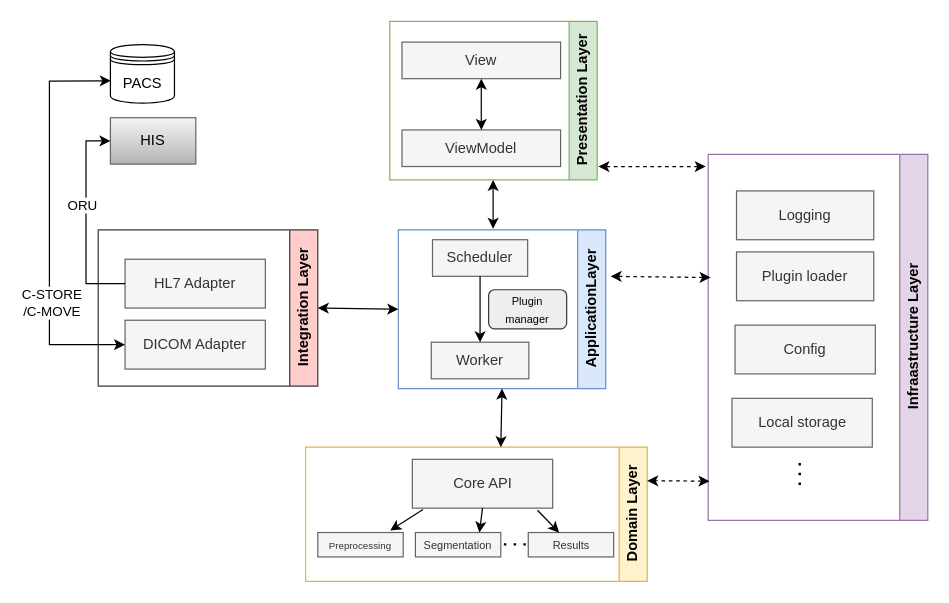
The draw.io diagram arch.drawio in crisMCh/Diagrams, before the edit. Source tidied: cells renumbered, new cells numbered last; positions are measured from the earlier drawing's top-left corner, leaving out a move shared by most shapes. Both pictures are drawn from the tidied source at 122%, with x=0, y=0 at pixel (49, 21).
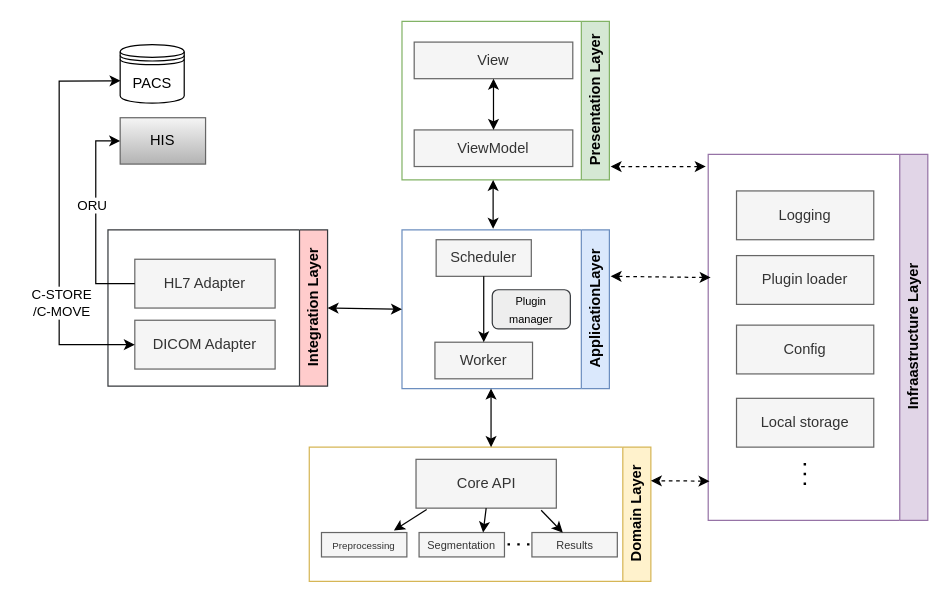
Above is the later version.

The change refers to these unchanged cells:
```xml
<mxCell id="21" value="HL7 Adapter" style="rounded=0;whiteSpace=wrap;html=1;fillColor=#f5f5f5;strokeColor=#666666;fontColor=#333333;" parent="20" vertex="1">
  <mxGeometry x="22" y="24" width="115" height="40" as="geometry" />
</mxCell>
<mxCell id="22" value="DICOM Adapter" style="rounded=0;whiteSpace=wrap;html=1;fillColor=#f5f5f5;strokeColor=#666666;fontColor=#333333;" parent="20" vertex="1">
  <mxGeometry x="22" y="74" width="115" height="40" as="geometry" />
</mxCell>
<mxCell id="23" value="Infraastructure Layer" style="swimlane;horizontal=0;whiteSpace=wrap;html=1;direction=west;fillColor=#e1d5e7;strokeColor=#9673a6;" parent="1" vertex="1">
  <mxGeometry x="540" y="109" width="180" height="300" as="geometry" />
</mxCell>
```

The edit, as a diff of the source:
```diff
@@
     <mxCell id="2" value="ApplicationLayer" style="swimlane;horizontal=0;whiteSpace=wrap;html=1;direction=west;fillColor=#dae8fc;strokeColor=#6c8ebf;" parent="1" vertex="1">
-      <mxGeometry x="286" y="171" width="170" height="130" as="geometry" />
+      <mxGeometry x="289" y="171" width="170" height="130" as="geometry" />
     </mxCell>
@@
     <mxCell id="7" value="Presentation Layer" style="swimlane;horizontal=0;whiteSpace=wrap;html=1;direction=west;fillColor=#d5e8d4;strokeColor=#82b366;" parent="1" vertex="1">
-      <mxGeometry x="279" width="170" height="130" as="geometry" />
+      <mxGeometry x="289" width="170" height="130" as="geometry" />
     </mxCell>
@@
     <mxCell id="11" value="Domain Layer" style="swimlane;horizontal=0;whiteSpace=wrap;html=1;direction=west;fillColor=#fff2cc;strokeColor=#d6b656;" parent="1" vertex="1">
-      <mxGeometry x="210" y="349" width="280" height="110" as="geometry" />
+      <mxGeometry x="213" y="349" width="280" height="110" as="geometry" />
     </mxCell>
@@
     <mxCell id="20" value="Integration Layer" style="swimlane;horizontal=0;whiteSpace=wrap;html=1;direction=west;fillColor=#ffcccc;strokeColor=#36393d;" parent="1" vertex="1">
-      <mxGeometry x="40" y="171" width="180" height="128" as="geometry" />
+      <mxGeometry x="48" y="171" width="180" height="128" as="geometry" />
     </mxCell>
@@
+    <mxCell id="27" style="endArrow=none;dashed=1;html=1;dashPattern=1 3;strokeWidth=2;rounded=0;" parent="23" edge="1">
+      <mxGeometry relative="1" as="geometry">
+        <mxPoint x="79.2" y="253" as="sourcePoint" />
+        <mxPoint x="79.2" y="271" as="targetPoint" />
+      </mxGeometry>
+    </mxCell>
+    <mxCell id="28" value="Plugin loader" style="rounded=0;whiteSpace=wrap;html=1;fillColor=#f5f5f5;strokeColor=#666666;fontColor=#333333;" parent="23" vertex="1">
+      <mxGeometry x="23.2" y="83" width="112.5" height="40" as="geometry" />
+    </mxCell>
     <mxCell id="25" value="Config" style="rounded=0;whiteSpace=wrap;html=1;fillColor=#f5f5f5;strokeColor=#666666;fontColor=#333333;" parent="23" vertex="1">
-      <mxGeometry x="22" y="140" width="115" height="40" as="geometry" />
+      <mxGeometry x="23.2" y="140" width="112.5" height="40" as="geometry" />
     </mxCell>
     <mxCell id="26" value="Local storage" style="rounded=0;whiteSpace=wrap;html=1;fillColor=#f5f5f5;strokeColor=#666666;fontColor=#333333;" parent="23" vertex="1">
-      <mxGeometry x="19.5" y="200" width="115" height="40" as="geometry" />
+      <mxGeometry x="23.2" y="200" width="112.5" height="40" as="geometry" />
     </mxCell>
-    <mxCell id="27" style="endArrow=none;dashed=1;html=1;dashPattern=1 3;strokeWidth=2;rounded=0;" parent="23" edge="1">
-      <mxGeometry relative="1" as="geometry">
-        <mxPoint x="75" y="253" as="sourcePoint" />
-        <mxPoint x="75" y="271" as="targetPoint" />
-      </mxGeometry>
-    </mxCell>
-    <mxCell id="28" value="Plugin loader" style="rounded=0;whiteSpace=wrap;html=1;fillColor=#f5f5f5;strokeColor=#666666;fontColor=#333333;" parent="23" vertex="1">
-      <mxGeometry x="23.2" y="80" width="112.5" height="40" as="geometry" />
-    </mxCell>
@@
-    <mxCell id="30" style="endArrow=classic;startArrow=classic;html=1;rounded=0;exitX=0.5;exitY=0;exitDx=0;exitDy=0;" parent="1" edge="1" source="2">
+    <mxCell id="30" style="endArrow=classic;startArrow=classic;html=1;rounded=0;exitX=0.5;exitY=0;exitDx=0;exitDy=0;" parent="1" edge="1">
       <mxGeometry relative="1" as="geometry">
-        <mxPoint x="370" y="349" as="targetPoint" />
+        <mxPoint x="362" y="301" as="sourcePoint" />
+        <mxPoint x="362" y="349" as="targetPoint" />
       </mxGeometry>
     </mxCell>
     <mxCell id="31" style="endArrow=classic;startArrow=classic;html=1;rounded=0;dashed=1;" parent="1" edge="1">
       <mxGeometry relative="1" as="geometry">
         <mxPoint x="538" y="119" as="sourcePoint" />
-        <mxPoint x="450" y="119" as="targetPoint" />
+        <mxPoint x="460" y="119" as="targetPoint" />
       </mxGeometry>
     </mxCell>
@@
     <mxCell id="34" style="endArrow=classic;startArrow=classic;html=1;rounded=0;entryX=0.006;entryY=0.618;entryDx=0;entryDy=0;exitX=0;exitY=0.5;exitDx=0;exitDy=0;entryPerimeter=0;" parent="1" edge="1" source="22" target="37">
       <mxGeometry relative="1" as="geometry">
         <Array as="points">
-          <mxPoint y="265" />
-          <mxPoint y="49" />
+          <mxPoint x="8" y="265" />
+          <mxPoint x="8" y="49" />
         </Array>
       </mxGeometry>
     </mxCell>
@@
     <mxCell id="36" value="HIS" style="rounded=0;whiteSpace=wrap;html=1;fillColor=#f5f5f5;strokeColor=#666666;gradientColor=#b3b3b3;" parent="1" vertex="1">
-      <mxGeometry x="50" y="79" width="70" height="38" as="geometry" />
+      <mxGeometry x="58" y="79" width="70" height="38" as="geometry" />
     </mxCell>
     <mxCell id="37" value="PACS" style="shape=datastore;whiteSpace=wrap;html=1;" parent="1" vertex="1">
-      <mxGeometry x="50" y="19" width="52.5" height="48" as="geometry" />
+      <mxGeometry x="58" y="19" width="52.5" height="48" as="geometry" />
     </mxCell>
     <mxCell id="38" style="edgeStyle=orthogonalEdgeStyle;rounded=0;jettySize=auto;html=1;exitX=0;exitY=0.5;exitDx=0;exitDy=0;entryX=0;entryY=0.5;entryDx=0;entryDy=0;" parent="1" edge="1" source="21" target="36">
       <mxGeometry relative="1" as="geometry">
         <Array as="points">
-          <mxPoint x="30" y="215" />
-          <mxPoint x="30" y="98" />
+          <mxPoint x="38" y="215" />
+          <mxPoint x="38" y="98" />
         </Array>
       </mxGeometry>
     </mxCell>
```
